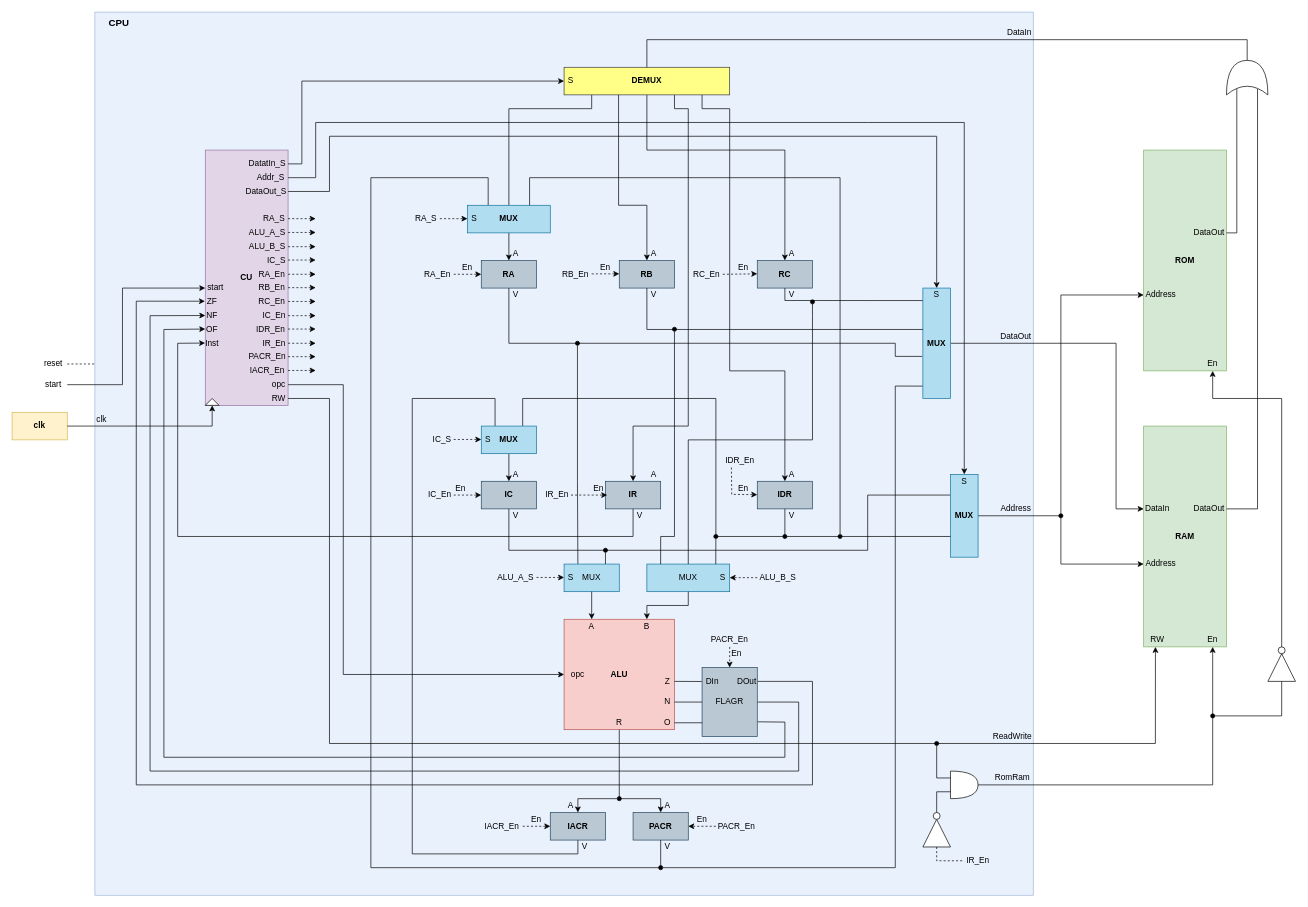
Above: other/cpu.drawio in dma-neves/dcpu (draw.io), before the change. Source tidied: cells renumbered, new cells numbered last; positions are measured from the earlier drawing's top-left corner, leaving out a move shared by most shapes. Both pictures are drawn from the tidied source at 69%, with x=0, y=0 at pixel (12, 12).
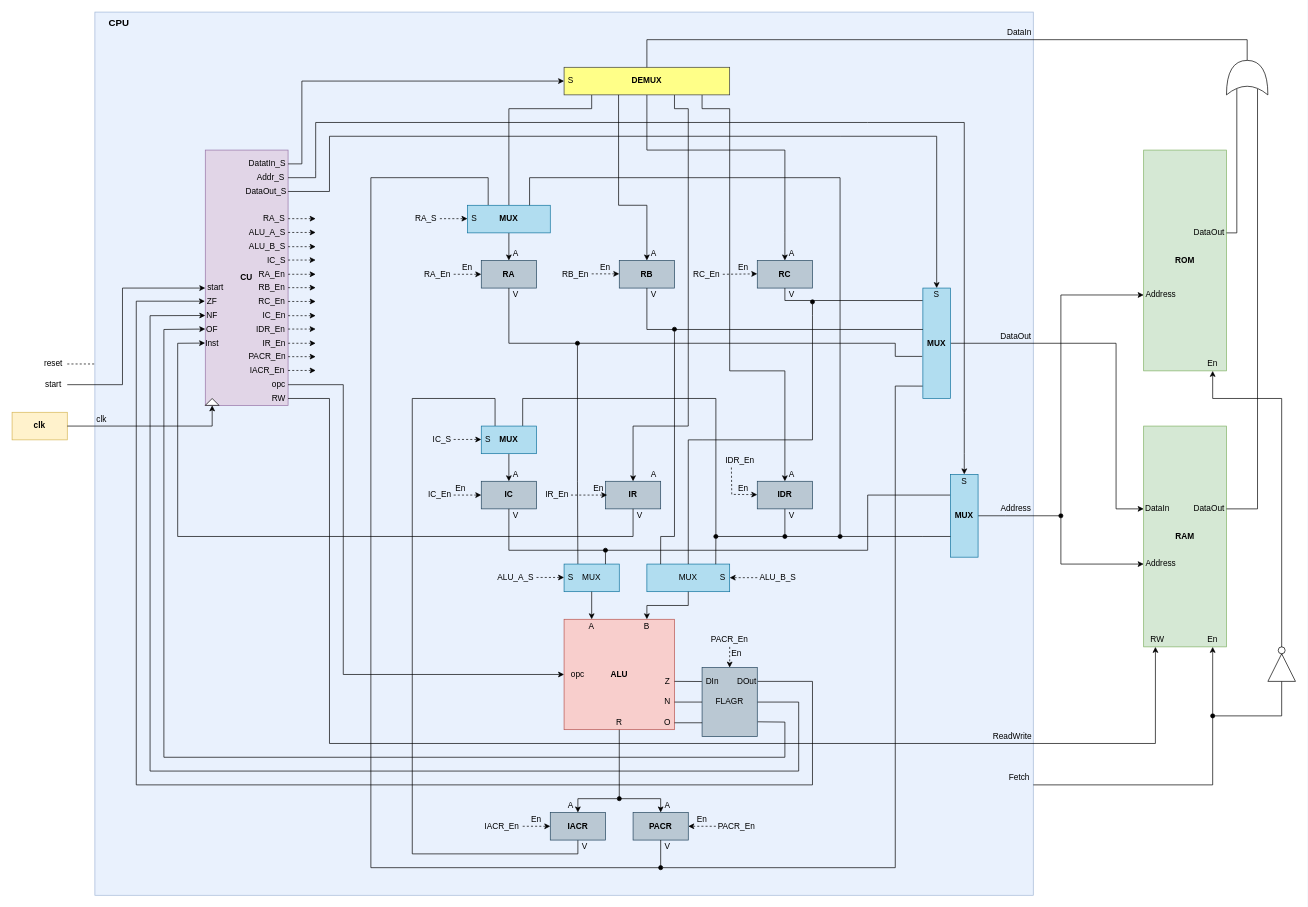
Above is the later version.

The change refers to these unchanged cells:
```xml
<mxCell id="134" value="En" style="text;html=1;strokeColor=none;fillColor=none;align=center;verticalAlign=middle;whiteSpace=wrap;rounded=0;" parent="1" vertex="1">
  <mxGeometry x="1720" y="500" width="40" height="20" as="geometry" />
</mxCell>
```

Diff of the diagram source:
```diff
@@
-    <mxCell id="140" style="endArrow=classic;html=1;entryX=0.5;entryY=1;entryDx=0;entryDy=0;rounded=0;exitX=1;exitY=0.5;exitDx=0;exitDy=0;exitPerimeter=0;" parent="1" edge="1" source="194" target="134">
+    <mxCell id="140" style="endArrow=classic;html=1;entryX=0.5;entryY=1;entryDx=0;entryDy=0;rounded=0;exitX=1;exitY=1;exitDx=0;exitDy=0;" parent="1" edge="1" source="193" target="134">
       <mxGeometry relative="1" as="geometry">
         <Array as="points">
           <mxPoint x="1740" y="1120" />
           <mxPoint x="1740" y="1020" />
           <mxPoint x="1840" y="1020" />
           <mxPoint x="1840" y="560" />
           <mxPoint x="1740" y="560" />
         </Array>
       </mxGeometry>
     </mxCell>
@@
-    <mxCell id="193" value="RomRam" style="text;html=1;strokeColor=none;fillColor=none;align=center;verticalAlign=middle;whiteSpace=wrap;rounded=0;" parent="1" vertex="1">
-      <mxGeometry x="1430" y="1100" width="40" height="20" as="geometry" />
+    <mxCell id="193" value="Fetch" style="text;html=1;strokeColor=none;fillColor=none;align=center;verticalAlign=middle;whiteSpace=wrap;rounded=0;" parent="1" vertex="1">
+      <mxGeometry x="1440" y="1100" width="40" height="20" as="geometry" />
     </mxCell>
-    <mxCell id="194" style="shape=or;whiteSpace=wrap;html=1;" parent="1" vertex="1">
-      <mxGeometry x="1360" y="1100" width="40" height="40" as="geometry" />
-    </mxCell>
@@
-    <mxCell id="197" style="endArrow=none;html=1;entryX=0;entryY=0.25;entryDx=0;entryDy=0;entryPerimeter=0;rounded=0;startArrow=oval;startFill=1;" parent="1" edge="1" target="194">
-      <mxGeometry relative="1" as="geometry">
-        <mxPoint x="1340" y="1060" as="sourcePoint" />
-        <Array as="points">
-          <mxPoint x="1340" y="1110" />
-        </Array>
-      </mxGeometry>
-    </mxCell>
-    <mxCell id="198" style="triangle;whiteSpace=wrap;html=1;direction=north;" parent="1" vertex="1">
-      <mxGeometry x="1320" y="1170" width="40" height="40" as="geometry" />
-    </mxCell>
-    <mxCell id="199" style="ellipse;whiteSpace=wrap;html=1;" parent="1" vertex="1">
-      <mxGeometry x="1335" y="1160" width="10" height="10" as="geometry" />
-    </mxCell>
-    <mxCell id="200" style="endArrow=none;html=1;exitX=0.5;exitY=0;exitDx=0;exitDy=0;entryX=0;entryY=0.75;entryDx=0;entryDy=0;entryPerimeter=0;rounded=0;" parent="1" edge="1" source="199" target="194">
-      <mxGeometry relative="1" as="geometry">
-        <Array as="points">
-          <mxPoint x="1340" y="1130" />
-        </Array>
-      </mxGeometry>
-    </mxCell>
-    <mxCell id="201" style="endArrow=none;dashed=1;html=1;exitX=0;exitY=0.5;exitDx=0;exitDy=0;rounded=0;" parent="1" edge="1" source="198">
-      <mxGeometry relative="1" as="geometry">
-        <mxPoint x="1380" y="1230" as="targetPoint" />
-        <Array as="points">
-          <mxPoint x="1340" y="1230" />
-        </Array>
-      </mxGeometry>
-    </mxCell>
-    <mxCell id="202" value="IR_En" style="text;html=1;strokeColor=none;fillColor=none;align=center;verticalAlign=middle;whiteSpace=wrap;rounded=0;" parent="1" vertex="1">
-      <mxGeometry x="1380" y="1220" width="40" height="20" as="geometry" />
-    </mxCell>
```
